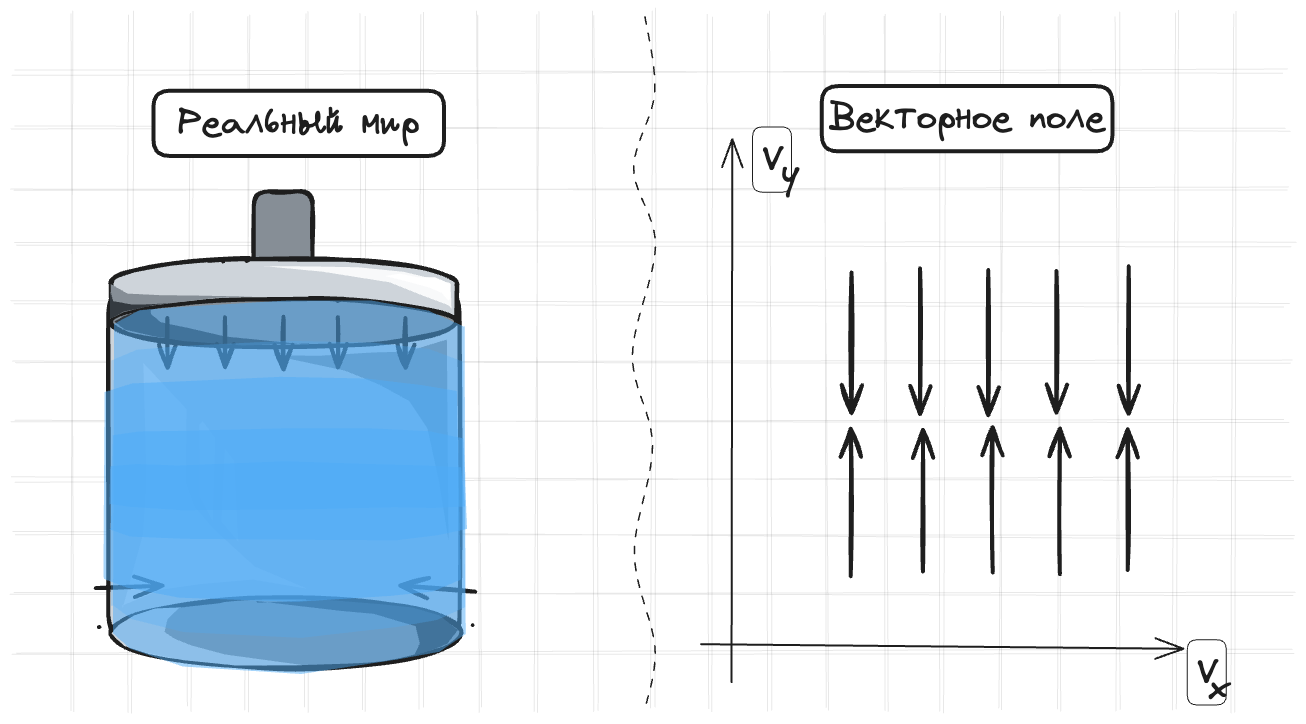
Earlier version of the Excalidraw export assets/images/fluids/navie_stokes/compress.excalidraw.png (kozakromch/game_physics_2). Source tidied: one line per element, renumbered; positions are measured from the earlier drawing's top-left corner, leaving out a move shared by most shapes.
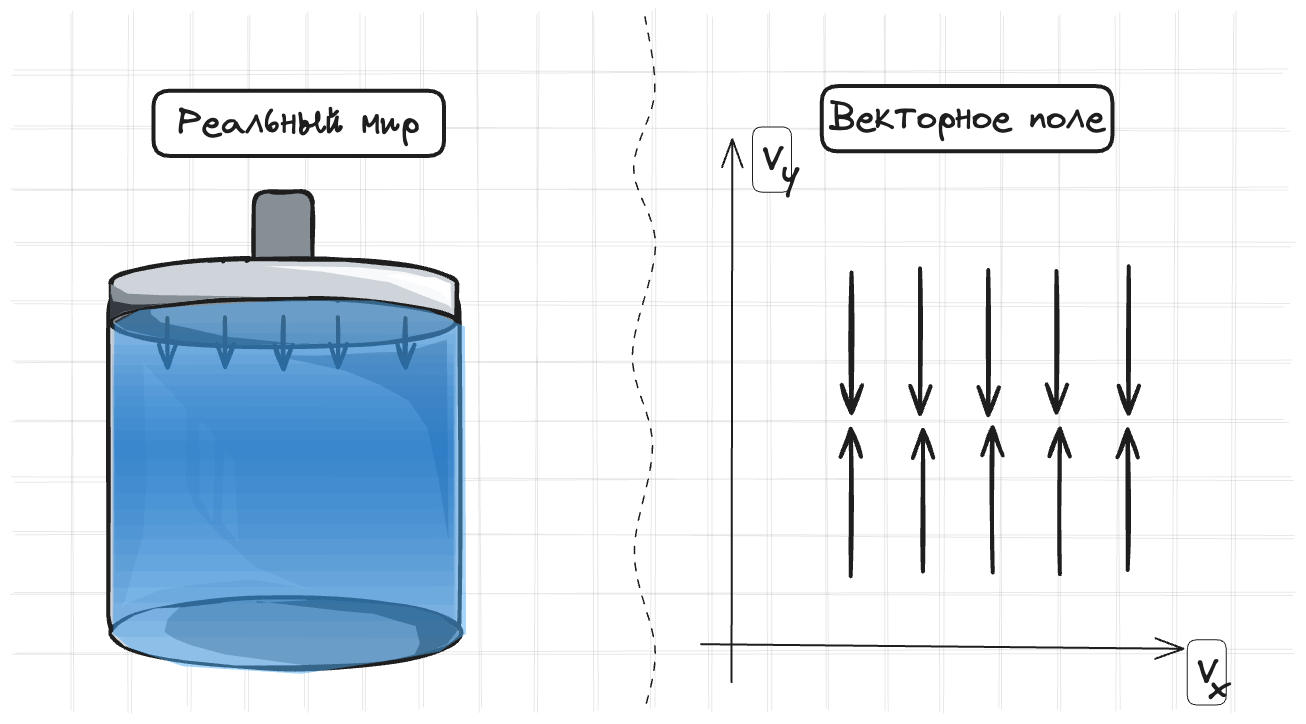
After the change.

The edit, as a diff of the source:
```diff
@@ -56,11 +56,6 @@
 {"id": 55, "type": "arrow", "strokeColor": "#1e1e1e", "backgroundColor": "#ced4da", "fillStyle": "solid", "strokeWidth": 4, "roughness": 1, "endArrowhead": "arrow", "from": 34, "x": 614, "y": 302, "width": 0, "height": 50, "points": [[0, 0], [0, 50]]}
 {"id": 56, "type": "arrow", "strokeColor": "#1e1e1e", "backgroundColor": "#ced4da", "fillStyle": "solid", "strokeWidth": 4, "roughness": 1, "endArrowhead": "arrow", "x": 682, "y": 302, "width": 0, "height": 50, "points": [[0, 0], [0, 50]]}
 {"id": 57, "type": "arrow", "strokeColor": "#1e1e1e", "backgroundColor": "#ced4da", "fillStyle": "solid", "strokeWidth": 4, "roughness": 1, "endArrowhead": "arrow", "x": 444, "y": 302, "width": 0, "height": 50, "points": [[0, 0], [0, 50]]}
-{"id": 58, "type": "arrow", "strokeColor": "#1e1e1e", "angle": 3.14, "backgroundColor": "#ced4da", "fillStyle": "solid", "strokeWidth": 4, "roughness": 1, "endArrowhead": "arrow", "to": 41, "x": 375, "y": 611, "width": 0, "height": 0, "points": [[0, 0], [0, 0]]}
-{"id": 59, "type": "arrow", "strokeColor": "#1e1e1e", "angle": 3.14, "backgroundColor": "#ced4da", "fillStyle": "solid", "strokeWidth": 4, "roughness": 1, "endArrowhead": "arrow", "to": 41, "x": 749, "y": 610, "width": 0, "height": 0, "points": [[0, 0], [0, 0]]}
-{"id": 60, "type": "arrow", "strokeColor": "#1e1e1e", "angle": 3.14, "backgroundColor": "#ced4da", "fillStyle": "solid", "strokeWidth": 4, "roughness": 1, "endArrowhead": "arrow", "to": 41, "x": 375, "y": 611, "width": 0, "height": 0, "points": [[0, 0], [0, 0]]}
-{"id": 61, "type": "arrow", "strokeColor": "#1e1e1e", "angle": 3.14, "backgroundColor": "#ced4da", "fillStyle": "solid", "strokeWidth": 4, "roughness": 1, "endArrowhead": "arrow", "x": 439, "y": 570, "width": 67, "height": 2, "points": [[0, 0], [-67, 2]]}
-{"id": 62, "type": "arrow", "strokeColor": "#1e1e1e", "angle": 3.14, "backgroundColor": "#ced4da", "fillStyle": "solid", "strokeWidth": 4, "roughness": 1, "endArrowhead": "arrow", "x": 676, "y": 570, "width": 75, "height": 6, "points": [[0, 0], [75, 6]]}
 {"id": 63, "type": "line", "strokeColor": "transparent", "backgroundColor": "#4dabf7", "fillStyle": "solid", "strokeWidth": 4, "roughness": 1, "opacity": 50, "x": 388, "y": 619, "width": 356, "height": 374, "points": [[0, 0], [1, -310], [27, -323], [69, -328], [177, -336], [261, -332], [318, -324], [352, -310], [356, 1], [326, 18], [284, 27], [190, 38], [73, 30], [20, 16], [0, 0]]}
 {"id": 64, "type": "rectangle", "strokeColor": "#1e1e1e", "backgroundColor": "#ffffff", "fillStyle": "solid", "strokeWidth": 4, "roughness": 0, "round": true, "x": 430, "y": 75, "width": 291, "height": 65}
 {"id": 65, "type": "text", "text": "Реальный мир", "strokeColor": "#1e1e1e", "backgroundColor": "#ffffff", "fillStyle": "solid", "strokeWidth": 4, "roughness": 0, "fontSize": 36, "fontFamily": 1, "textAlign": "center", "verticalAlign": "middle", "inside": 64, "x": 454, "y": 85, "width": 242, "height": 45}
@@ -83,9 +78,17 @@
 {"id": 82, "type": "arrow", "strokeColor": "#1e1e1e", "angle": 6.28, "backgroundColor": "#ced4da", "fillStyle": "solid", "strokeWidth": 4, "roughness": 1, "endArrowhead": "arrow", "x": 1264, "y": 254, "width": 0, "height": 145, "points": [[0, 0], [0, 145]]}
 {"id": 83, "type": "arrow", "strokeColor": "#1e1e1e", "angle": 6.28, "backgroundColor": "#ced4da", "fillStyle": "solid", "strokeWidth": 4, "roughness": 1, "endArrowhead": "arrow", "x": 1196, "y": 253, "width": 0, "height": 146, "points": [[0, 0], [0, 146]]}
 {"id": 84, "type": "arrow", "strokeColor": "#1e1e1e", "angle": 6.28, "backgroundColor": "#ced4da", "fillStyle": "solid", "strokeWidth": 4, "roughness": 1, "endArrowhead": "arrow", "x": 1333, "y": 255, "width": 0, "height": 142, "points": [[0, 0], [0, 142]]}
-{"id": 85, "type": "line", "strokeColor": "transparent", "backgroundColor": "#4dabf7", "fillStyle": "solid", "strokeWidth": 4, "roughness": 1, "opacity": 30, "x": 388, "y": 592, "width": 355, "height": 299, "points": [[0, 0], [1, -247], [26, -258], [69, -262], [176, -268], [261, -265], [317, -259], [351, -247], [355, 0], [326, 14], [284, 22], [190, 31], [73, 24], [20, 13], [0, 0]]}
 {"id": 86, "type": "arrow", "strokeColor": "#1e1e1e", "angle": 6.28, "backgroundColor": "#ced4da", "fillStyle": "solid", "strokeWidth": 4, "roughness": 1, "endArrowhead": "arrow", "x": 1405, "y": 251, "width": 0, "height": 148, "points": [[0, 0], [0, 148]]}
 {"id": 87, "type": "arrow", "strokeColor": "#1e1e1e", "angle": 6.28, "backgroundColor": "#ced4da", "fillStyle": "solid", "strokeWidth": 4, "roughness": 1, "endArrowhead": "arrow", "x": 1128, "y": 257, "width": 0, "height": 141, "points": [[0, 0], [0, 141]]}
-{"id": 88, "type": "line", "strokeColor": "transparent", "backgroundColor": "#4dabf7", "fillStyle": "solid", "strokeWidth": 4, "roughness": 1, "opacity": 50, "x": 382, "y": 564, "width": 356, "height": 226, "points": [[0, 0], [1, -187], [27, -195], [69, -198], [176, -203], [261, -201], [317, -196], [352, -187], [356, 0], [326, 11], [284, 16], [190, 23], [73, 18], [20, 10], [0, 0]]}
-{"id": 89, "type": "line", "strokeColor": "transparent", "backgroundColor": "#4dabf7", "fillStyle": "solid", "strokeWidth": 4, "roughness": 1, "opacity": 50, "x": 388, "y": 515, "width": 356, "height": 113, "points": [[0, 0], [1, -94], [26, -98], [69, -99], [176, -102], [261, -100], [317, -98], [352, -94], [356, 0], [326, 5], [284, 8], [190, 12], [73, 9], [20, 5], [0, 0]]}
-{"id": 90, "type": "line", "strokeColor": "transparent", "backgroundColor": "#4dabf7", "fillStyle": "solid", "strokeWidth": 4, "roughness": 1, "opacity": 50, "x": 385, "y": 489, "width": 356, "height": 47, "points": [[0, 0], [1, -39], [26, -41], [69, -41], [176, -42], [261, -42], [317, -41], [352, -39], [356, 0], [326, 2], [284, 3], [190, 5], [73, 4], [20, 2], [0, 0]]}
+{"id": 91, "type": "rectangle", "strokeColor": "transparent", "backgroundColor": "#1971c2", "fillStyle": "solid", "strokeWidth": 1, "roughness": 1, "opacity": 10, "x": 390, "y": 306, "width": 342, "height": 315}
+{"id": 92, "type": "rectangle", "strokeColor": "transparent", "backgroundColor": "#1971c2", "fillStyle": "solid", "strokeWidth": 1, "roughness": 1, "opacity": 10, "x": 390, "y": 317, "width": 342, "height": 288}
+{"id": 93, "type": "rectangle", "strokeColor": "transparent", "backgroundColor": "#1971C2FF", "fillStyle": "solid", "strokeWidth": 1, "roughness": 1, "opacity": 10, "x": 390, "y": 328, "width": 341, "height": 261}
+{"id": 94, "type": "rectangle", "strokeColor": "transparent", "backgroundColor": "#1971C2FF", "fillStyle": "solid", "strokeWidth": 1, "roughness": 1, "opacity": 10, "x": 390, "y": 339, "width": 341, "height": 234}
+{"id": 95, "type": "rectangle", "strokeColor": "transparent", "backgroundColor": "#1971C2FF", "fillStyle": "solid", "strokeWidth": 1, "roughness": 1, "opacity": 10, "x": 390, "y": 349, "width": 341, "height": 207}
+{"id": 96, "type": "rectangle", "strokeColor": "transparent", "backgroundColor": "#1971C2FF", "fillStyle": "solid", "strokeWidth": 1, "roughness": 1, "opacity": 10, "x": 390, "y": 360, "width": 340, "height": 180}
+{"id": 97, "type": "rectangle", "strokeColor": "transparent", "backgroundColor": "#1971C2FF", "fillStyle": "solid", "strokeWidth": 1, "roughness": 1, "opacity": 10, "x": 390, "y": 371, "width": 340, "height": 154}
+{"id": 98, "type": "rectangle", "strokeColor": "transparent", "backgroundColor": "#1971C2FF", "fillStyle": "solid", "strokeWidth": 1, "roughness": 1, "opacity": 10, "x": 390, "y": 381, "width": 340, "height": 127}
+{"id": 99, "type": "rectangle", "strokeColor": "transparent", "backgroundColor": "#1971C2FF", "fillStyle": "solid", "strokeWidth": 1, "roughness": 1, "opacity": 10, "x": 390, "y": 392, "width": 340, "height": 100}
+{"id": 100, "type": "rectangle", "strokeColor": "transparent", "backgroundColor": "#1971C2FF", "fillStyle": "solid", "strokeWidth": 1, "roughness": 1, "opacity": 10, "x": 390, "y": 403, "width": 339, "height": 73}
+{"id": 101, "type": "rectangle", "strokeColor": "transparent", "backgroundColor": "#1971C2FF", "fillStyle": "solid", "strokeWidth": 1, "roughness": 1, "opacity": 10, "x": 390, "y": 414, "width": 339, "height": 46}
+{"id": 102, "type": "rectangle", "strokeColor": "transparent", "backgroundColor": "#1971C2FF", "fillStyle": "solid", "strokeWidth": 1, "roughness": 1, "opacity": 10, "x": 390, "y": 424, "width": 339, "height": 19}
```
